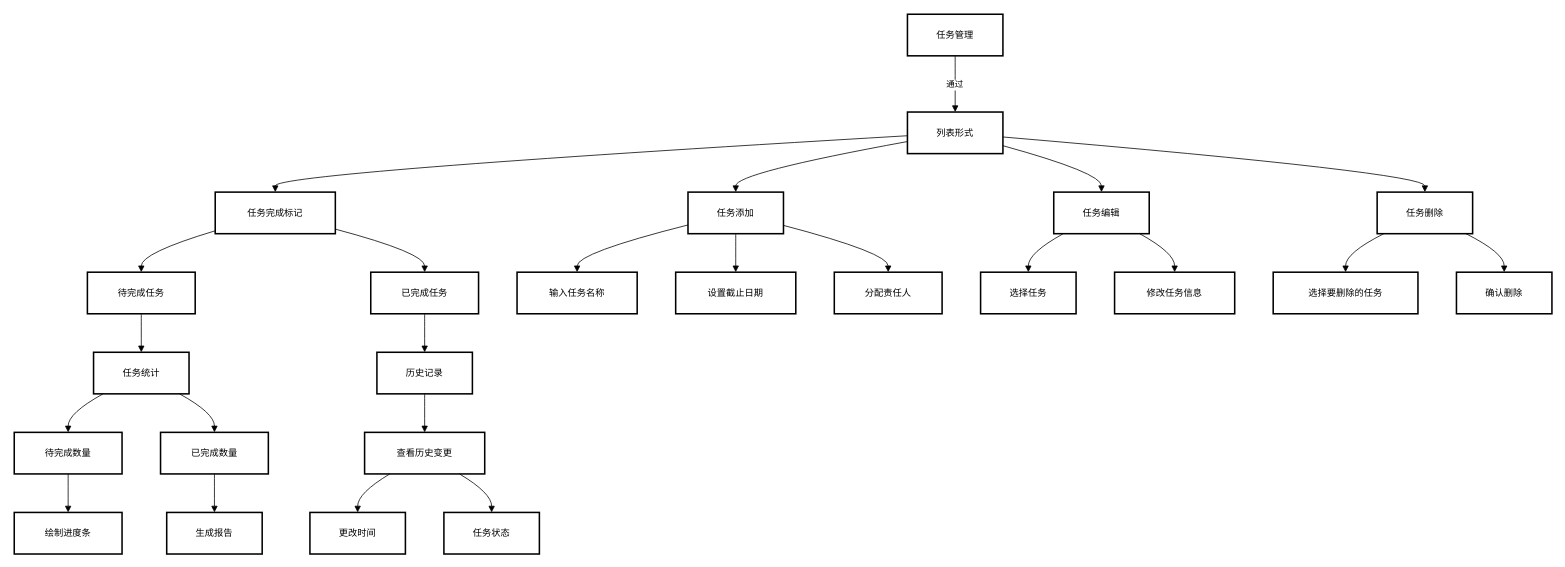
Earlier version of the draw.io diagram 20250415/任务管理.drawio (wangslsl/drawio). Source tidied: cells renumbered, new cells numbered last; positions are measured from the earlier drawing's top-left corner, leaving out a move shared by most shapes. Both pictures are drawn from the tidied source at 77%, with x=0, y=0 at pixel (14, 14).
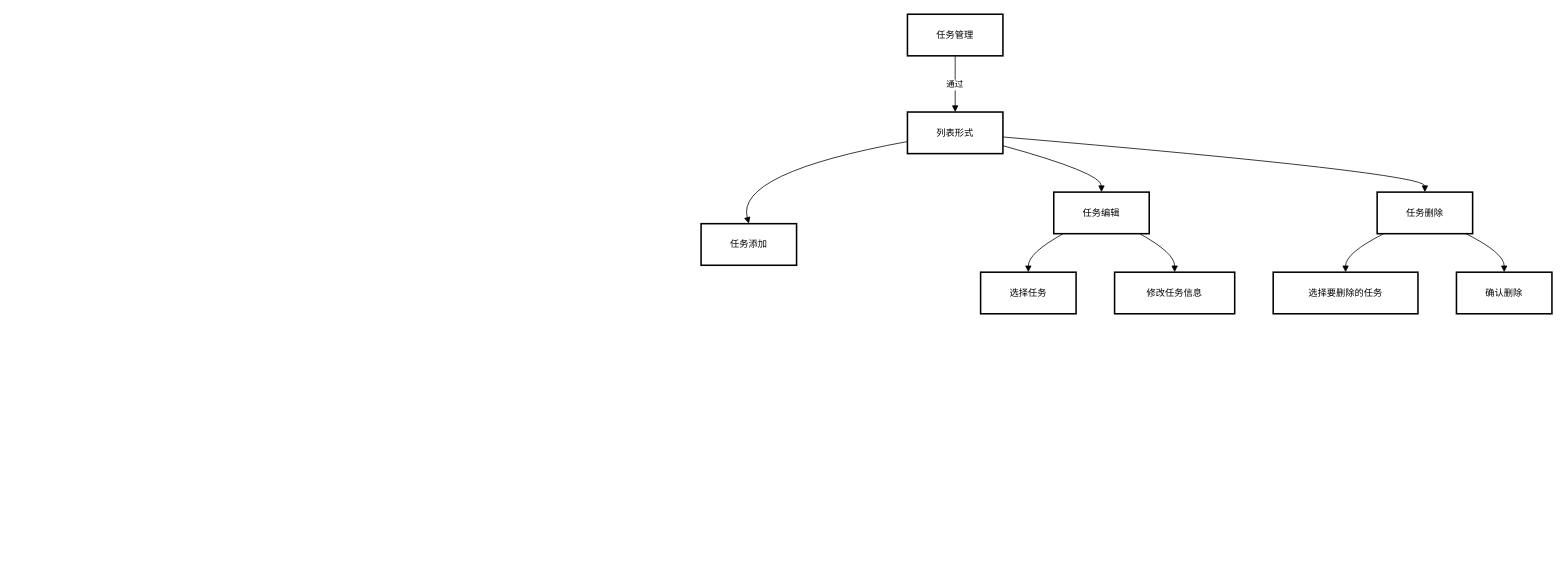
The same page after the edit.

Commit message:
更新任务管理.drawio

The change refers to these unchanged cells:
```xml
<mxCell id="3" value="列表形式" style="whiteSpace=wrap;strokeWidth=2;" parent="1" vertex="1">
  <mxGeometry x="1160" y="127" width="124" height="54" as="geometry" />
</mxCell>
```

Change to the diagram source:
```diff
@@
     <mxCell id="4" value="任务添加" style="whiteSpace=wrap;strokeWidth=2;" parent="1" vertex="1">
-      <mxGeometry x="875" y="231" width="124" height="54" as="geometry" />
+      <mxGeometry x="892" y="272" width="124" height="54" as="geometry" />
     </mxCell>
@@
-    <mxCell id="7" value="任务完成标记" style="whiteSpace=wrap;strokeWidth=2;" parent="1" vertex="1">
-      <mxGeometry x="261" y="231" width="156" height="54" as="geometry" />
-    </mxCell>
-    <mxCell id="8" value="待完成任务" style="whiteSpace=wrap;strokeWidth=2;" parent="1" vertex="1">
-      <mxGeometry x="95" y="335" width="140" height="54" as="geometry" />
-    </mxCell>
-    <mxCell id="9" value="已完成任务" style="whiteSpace=wrap;strokeWidth=2;" parent="1" vertex="1">
-      <mxGeometry x="463" y="335" width="140" height="54" as="geometry" />
-    </mxCell>
-    <mxCell id="10" value="输入任务名称" style="whiteSpace=wrap;strokeWidth=2;" parent="1" vertex="1">
-      <mxGeometry x="653" y="335" width="156" height="54" as="geometry" />
-    </mxCell>
-    <mxCell id="11" value="设置截止日期" style="whiteSpace=wrap;strokeWidth=2;" parent="1" vertex="1">
-      <mxGeometry x="859" y="335" width="156" height="54" as="geometry" />
-    </mxCell>
-    <mxCell id="12" value="分配责任人" style="whiteSpace=wrap;strokeWidth=2;" parent="1" vertex="1">
-      <mxGeometry x="1065" y="335" width="140" height="54" as="geometry" />
-    </mxCell>
@@
-    <mxCell id="17" value="任务统计" style="whiteSpace=wrap;strokeWidth=2;" parent="1" vertex="1">
-      <mxGeometry x="103" y="439" width="124" height="54" as="geometry" />
-    </mxCell>
-    <mxCell id="18" value="历史记录" style="whiteSpace=wrap;strokeWidth=2;" parent="1" vertex="1">
-      <mxGeometry x="471" y="439" width="124" height="54" as="geometry" />
-    </mxCell>
-    <mxCell id="19" value="待完成数量" style="whiteSpace=wrap;strokeWidth=2;" parent="1" vertex="1">
-      <mxGeometry y="543" width="140" height="54" as="geometry" />
-    </mxCell>
-    <mxCell id="20" value="已完成数量" style="whiteSpace=wrap;strokeWidth=2;" parent="1" vertex="1">
-      <mxGeometry x="190" y="543" width="140" height="54" as="geometry" />
-    </mxCell>
-    <mxCell id="21" value="绘制进度条" style="whiteSpace=wrap;strokeWidth=2;" parent="1" vertex="1">
-      <mxGeometry y="647" width="140" height="54" as="geometry" />
-    </mxCell>
-    <mxCell id="22" value="生成报告" style="whiteSpace=wrap;strokeWidth=2;" parent="1" vertex="1">
-      <mxGeometry x="198" y="647" width="124" height="54" as="geometry" />
-    </mxCell>
-    <mxCell id="23" value="查看历史变更" style="whiteSpace=wrap;strokeWidth=2;" parent="1" vertex="1">
-      <mxGeometry x="455" y="543" width="156" height="54" as="geometry" />
-    </mxCell>
-    <mxCell id="24" value="更改时间" style="whiteSpace=wrap;strokeWidth=2;" parent="1" vertex="1">
-      <mxGeometry x="384" y="647" width="124" height="54" as="geometry" />
-    </mxCell>
-    <mxCell id="25" value="任务状态" style="whiteSpace=wrap;strokeWidth=2;" parent="1" vertex="1">
-      <mxGeometry x="558" y="647" width="124" height="54" as="geometry" />
-    </mxCell>
@@
-    <mxCell id="30" style="curved=1;startArrow=none;endArrow=block;exitX=0;exitY=0.57;entryX=0.5;entryY=0;" parent="1" edge="1" source="3" target="7">
-      <mxGeometry relative="1" as="geometry">
-        <Array as="points">
-          <mxPoint x="339" y="206" />
-        </Array>
-      </mxGeometry>
-    </mxCell>
-    <mxCell id="31" style="curved=1;startArrow=none;endArrow=block;exitX=0;exitY=0.93;entryX=0.5;entryY=0;" parent="1" edge="1" source="7" target="8">
-      <mxGeometry relative="1" as="geometry">
-        <Array as="points">
-          <mxPoint x="165" y="310" />
-        </Array>
-      </mxGeometry>
-    </mxCell>
-    <mxCell id="32" style="curved=1;startArrow=none;endArrow=block;exitX=1;exitY=0.89;entryX=0.5;entryY=0;" parent="1" edge="1" source="7" target="9">
-      <mxGeometry relative="1" as="geometry">
-        <Array as="points">
-          <mxPoint x="533" y="310" />
-        </Array>
-      </mxGeometry>
-    </mxCell>
-    <mxCell id="33" style="curved=1;startArrow=none;endArrow=block;exitX=0;exitY=0.79;entryX=0.5;entryY=0;" parent="1" edge="1" source="4" target="10">
-      <mxGeometry relative="1" as="geometry">
-        <Array as="points">
-          <mxPoint x="731" y="310" />
-        </Array>
-      </mxGeometry>
-    </mxCell>
-    <mxCell id="34" style="curved=1;startArrow=none;endArrow=block;exitX=0.5;exitY=1;entryX=0.5;entryY=0;" parent="1" edge="1" source="4" target="11">
-      <mxGeometry relative="1" as="geometry" />
-    </mxCell>
-    <mxCell id="35" style="curved=1;startArrow=none;endArrow=block;exitX=1;exitY=0.8;entryX=0.5;entryY=0;" parent="1" edge="1" source="4" target="12">
-      <mxGeometry relative="1" as="geometry">
-        <Array as="points">
-          <mxPoint x="1135" y="310" />
-        </Array>
-      </mxGeometry>
-    </mxCell>
@@
-    <mxCell id="40" style="curved=1;startArrow=none;endArrow=block;exitX=0.5;exitY=1;entryX=0.5;entryY=0;" parent="1" edge="1" source="8" target="17">
-      <mxGeometry relative="1" as="geometry" />
-    </mxCell>
-    <mxCell id="41" style="curved=1;startArrow=none;endArrow=block;exitX=0.5;exitY=1;entryX=0.5;entryY=0;" parent="1" edge="1" source="9" target="18">
-      <mxGeometry relative="1" as="geometry" />
-    </mxCell>
-    <mxCell id="42" style="curved=1;startArrow=none;endArrow=block;exitX=0.1;exitY=1;entryX=0.5;entryY=0;" parent="1" edge="1" source="17" target="19">
-      <mxGeometry relative="1" as="geometry">
-        <Array as="points">
-          <mxPoint x="70" y="518" />
-        </Array>
-      </mxGeometry>
-    </mxCell>
-    <mxCell id="43" style="curved=1;startArrow=none;endArrow=block;exitX=0.9;exitY=1;entryX=0.5;entryY=0;" parent="1" edge="1" source="17" target="20">
-      <mxGeometry relative="1" as="geometry">
-        <Array as="points">
-          <mxPoint x="260" y="518" />
-        </Array>
-      </mxGeometry>
-    </mxCell>
-    <mxCell id="44" style="curved=1;startArrow=none;endArrow=block;exitX=0.5;exitY=1;entryX=0.5;entryY=0;" parent="1" edge="1" source="19" target="21">
-      <mxGeometry relative="1" as="geometry" />
-    </mxCell>
-    <mxCell id="45" style="curved=1;startArrow=none;endArrow=block;exitX=0.5;exitY=1;entryX=0.5;entryY=0;" parent="1" edge="1" source="20" target="22">
-      <mxGeometry relative="1" as="geometry" />
-    </mxCell>
-    <mxCell id="46" style="curved=1;startArrow=none;endArrow=block;exitX=0.5;exitY=1;entryX=0.5;entryY=0;" parent="1" edge="1" source="18" target="23">
-      <mxGeometry relative="1" as="geometry" />
-    </mxCell>
-    <mxCell id="47" style="curved=1;startArrow=none;endArrow=block;exitX=0.21;exitY=1;entryX=0.5;entryY=0;" parent="1" edge="1" source="23" target="24">
-      <mxGeometry relative="1" as="geometry">
-        <Array as="points">
-          <mxPoint x="446" y="622" />
-        </Array>
-      </mxGeometry>
-    </mxCell>
-    <mxCell id="48" style="curved=1;startArrow=none;endArrow=block;exitX=0.79;exitY=1;entryX=0.5;entryY=0;" parent="1" edge="1" source="23" target="25">
-      <mxGeometry relative="1" as="geometry">
-        <Array as="points">
-          <mxPoint x="620" y="622" />
-        </Array>
-      </mxGeometry>
-    </mxCell>
```
